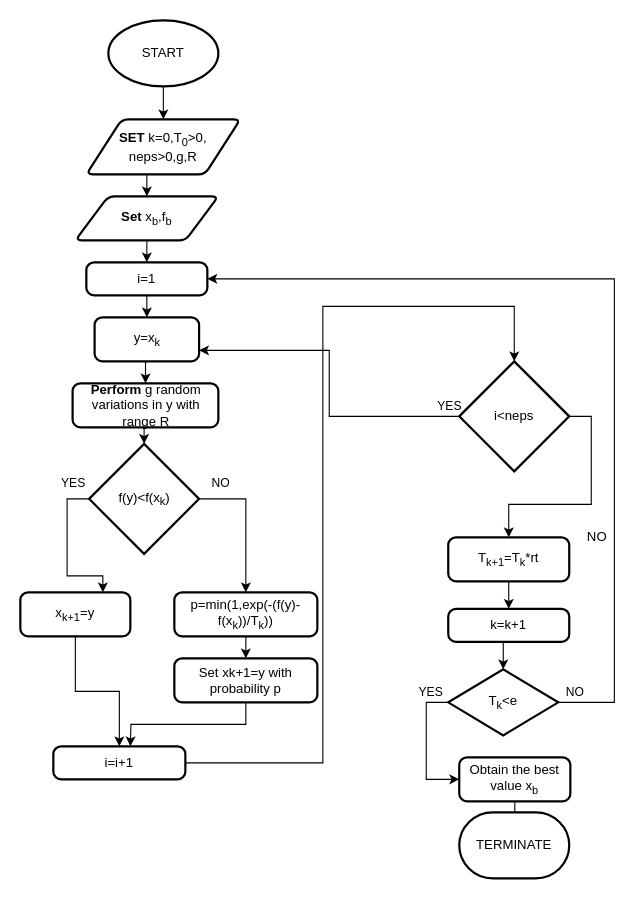
Above: doc/GE_LOCAL/sa.drawio in itsoulos/GlobalOptimus (draw.io), before the change. Source tidied: cells renumbered, new cells numbered last; positions are measured from the earlier drawing's top-left corner, leaving out a move shared by most shapes. Both pictures are drawn from the tidied source at 110%, with x=0, y=0 at pixel (20, 20).
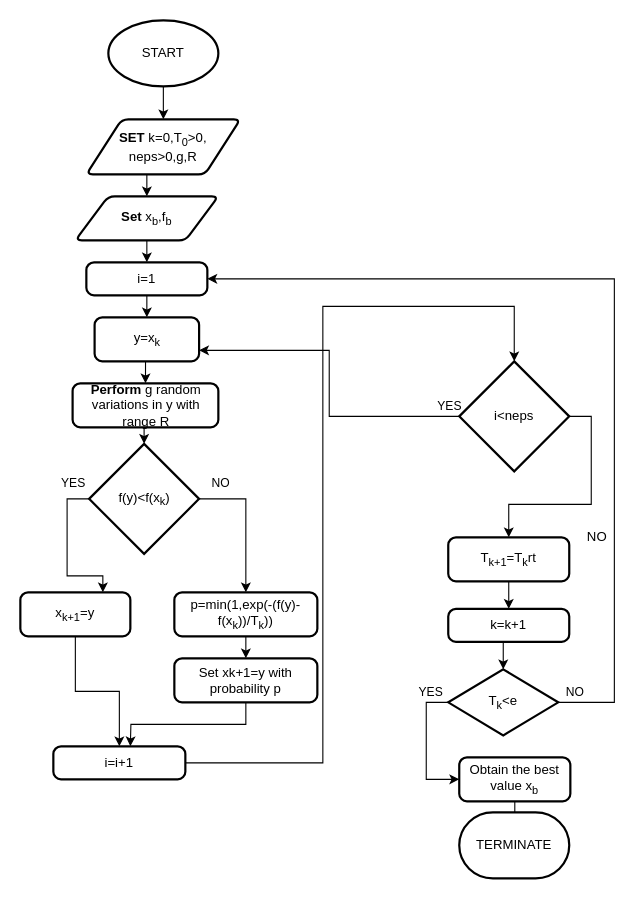
After the change.

The edit, as a diff of the source:
```diff
@@
-    <mxCell id="31" value="T&lt;sub&gt;k+1&lt;/sub&gt;=T&lt;sub&gt;k&lt;/sub&gt;*rt" style="rounded=1;whiteSpace=wrap;html=1;absoluteArcSize=1;arcSize=14;strokeWidth=2;" parent="1" vertex="1">
+    <mxCell id="31" value="T&lt;sub&gt;k+1&lt;/sub&gt;=T&lt;sub&gt;k&lt;/sub&gt;rt" style="rounded=1;whiteSpace=wrap;html=1;absoluteArcSize=1;arcSize=14;strokeWidth=2;" parent="1" vertex="1">
       <mxGeometry x="389" y="470" width="110" height="40" as="geometry" />
     </mxCell>
```
